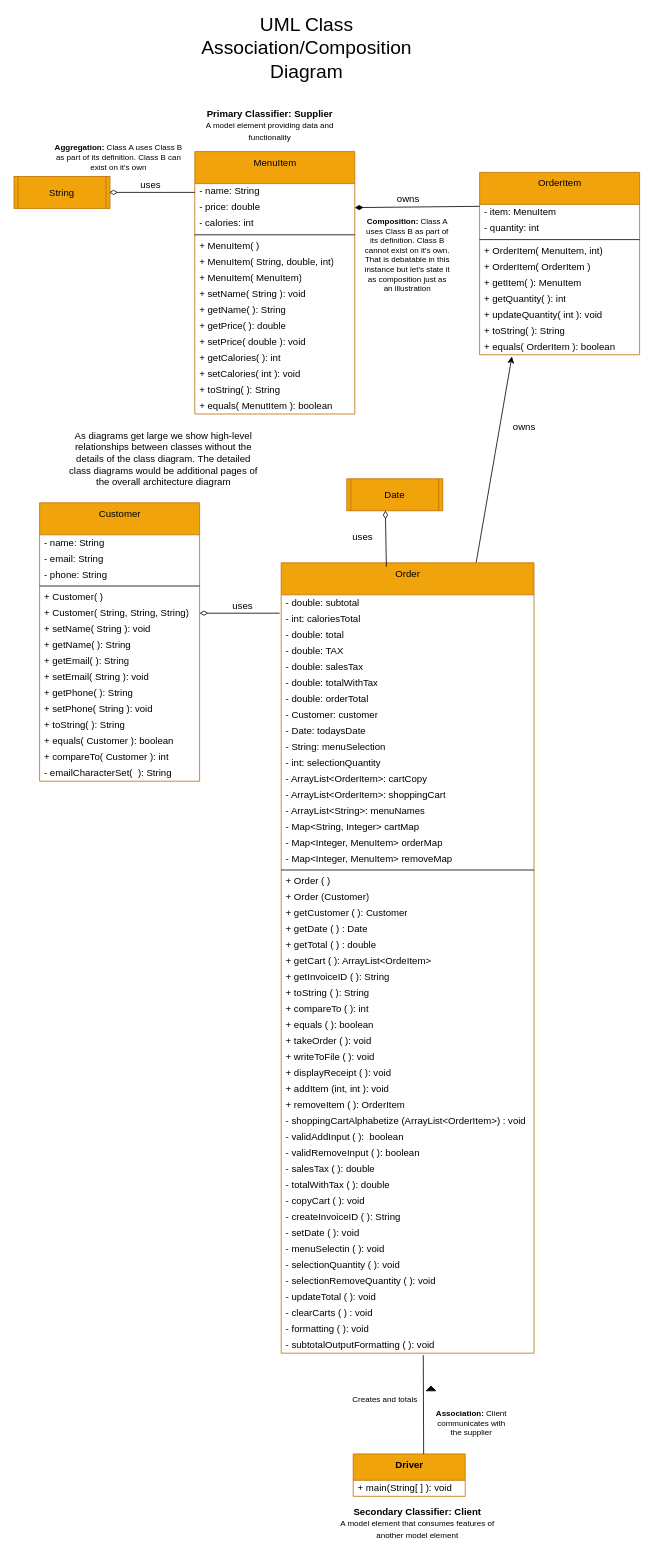
Before: week10/FoodTruck.drawio in GabrielMalone/CSCI165-Summer24-Gabriel_Malone, a draw.io diagram. Source tidied: cells renumbered, new cells numbered last; positions are measured from the earlier drawing's top-left corner, leaving out a move shared by most shapes. Both pictures are drawn from the tidied source at 80%, with x=0, y=0 at pixel (14, 36).
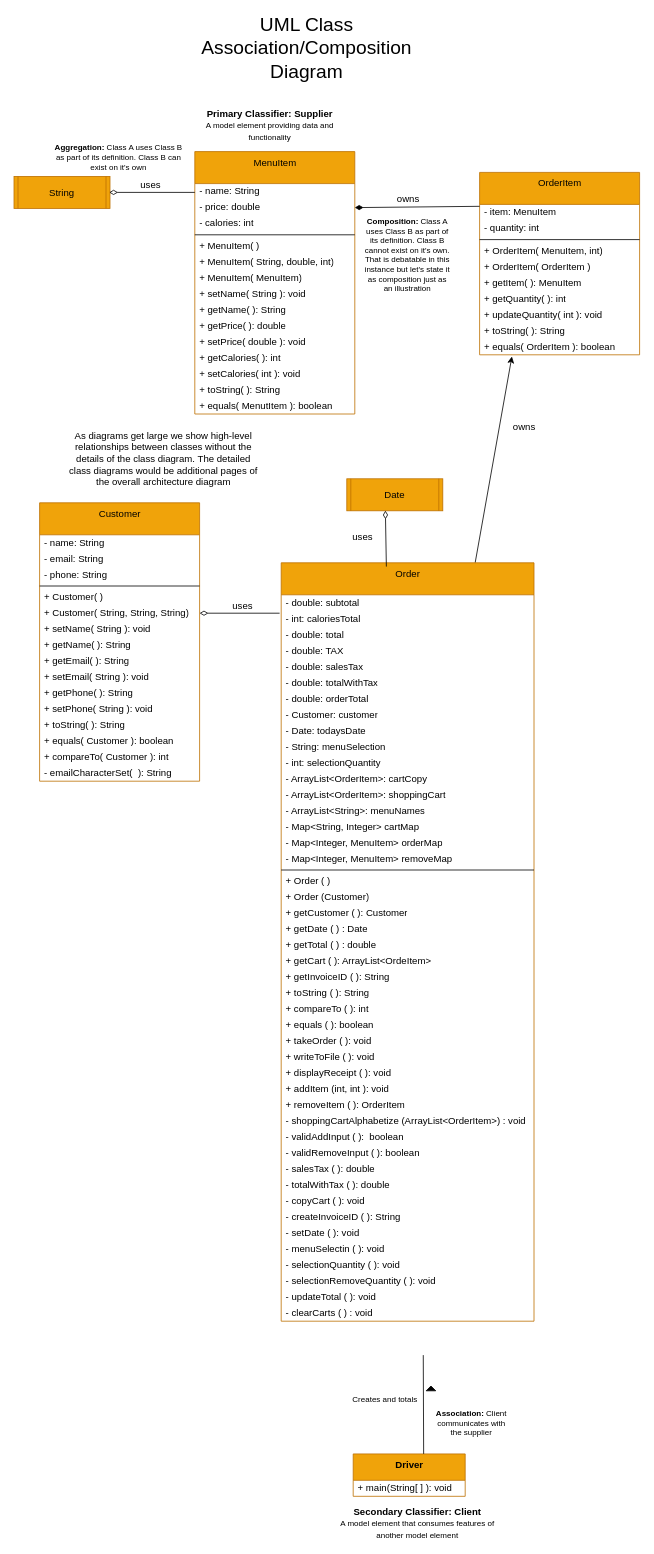
After the change.

The change refers to these unchanged cells:
```xml
<mxCell id="107" value="&lt;b&gt;Driver&lt;/b&gt;" style="swimlane;fontStyle=0;align=center;verticalAlign=top;horizontal=1;startSize=33;html=1;fillColor=#f0a30a;fontColor=#000000;strokeColor=#BD7000;" parent="1" vertex="1">
  <mxGeometry x="424" y="1771.9" width="140" height="53" as="geometry" />
</mxCell>
```

Diff of the diagram source:
```diff
@@
     <mxCell id="39" value="Order" style="swimlane;fontStyle=0;align=center;verticalAlign=top;horizontal=1;startSize=40;html=1;fillColor=#f0a30a;fontColor=#000000;strokeColor=#BD7000;" parent="1" vertex="1">
-      <mxGeometry x="334" y="658" width="316" height="988" as="geometry" />
+      <mxGeometry x="334" y="658" width="316" height="948" as="geometry" />
     </mxCell>
@@
-    <mxCell id="86" value="- formatting ( ): void" style="text;html=1;strokeColor=none;fillColor=none;align=left;verticalAlign=middle;spacingLeft=4;spacingRight=4;overflow=hidden;" parent="39" vertex="1">
-      <mxGeometry y="948" width="316" height="20" as="geometry" />
-    </mxCell>
-    <mxCell id="87" value="- subtotalOutputFormatting ( ): void" style="text;html=1;strokeColor=none;fillColor=none;align=left;verticalAlign=middle;spacingLeft=4;spacingRight=4;overflow=hidden;points=[[0,0.5],[1,0.5]];portConstraint=eastwest;" parent="39" vertex="1">
-      <mxGeometry y="968" width="316" height="20" as="geometry" />
-    </mxCell>
@@
-    <mxCell id="110" style="endArrow=none;html=1;rounded=0;align=center;verticalAlign=bottom;labelBackgroundColor=none;exitX=0.562;exitY=1.121;exitDx=0;exitDy=0;exitPerimeter=0;entryX=0.629;entryY=0;entryDx=0;entryDy=0;entryPerimeter=0;" parent="1" edge="1" source="87" target="107">
-      <mxGeometry relative="1" as="geometry" />
+    <mxCell id="110" style="endArrow=none;html=1;rounded=0;align=center;verticalAlign=bottom;labelBackgroundColor=none;exitX=0.562;exitY=1.121;exitDx=0;exitDy=0;exitPerimeter=0;entryX=0.629;entryY=0;entryDx=0;entryDy=0;entryPerimeter=0;" parent="1" edge="1" target="107">
+      <mxGeometry relative="1" as="geometry">
+        <mxPoint x="511.6" y="1648.4" as="sourcePoint" />
+      </mxGeometry>
     </mxCell>
```
